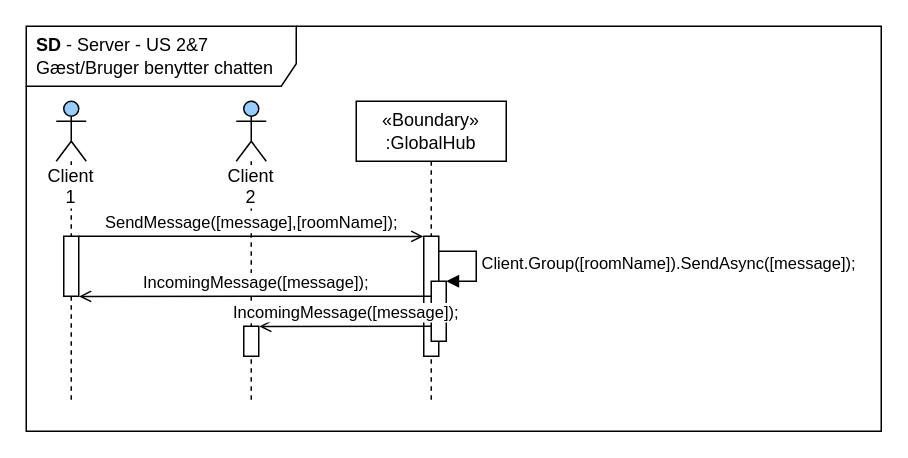
Above: page "SD-Server" (2 of 3) of diagrams/arkitektur/US2&7_chat.drawio in Macradon/I7BAC-PlugNPlay (draw.io), before the change. Source tidied: cells renumbered, new cells numbered last; positions are measured from the earlier drawing's top-left corner, leaving out a move shared by most shapes. Both pictures are drawn from the tidied source at 150%, with x=0, y=0 at pixel (26, 26).
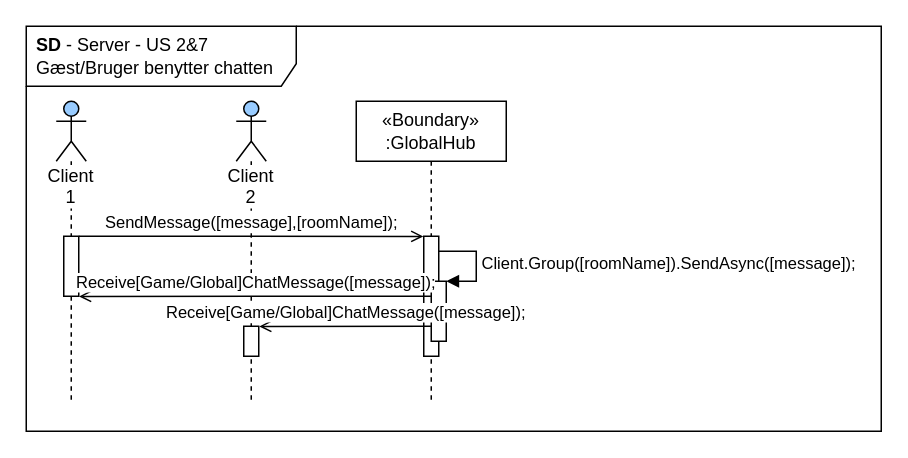
Above is the later version.

Diff of the diagram source:
```diff
@@
 <mxGraphModel>
   <root>
     <mxCell id="0" />
     <mxCell id="1" parent="0" />
     <mxCell id="2" value="&lt;b&gt;SD&lt;/b&gt;&amp;nbsp;- Server&amp;nbsp;- US 2&amp;amp;7&lt;br&gt;Gæst/Bruger benytter chatten" style="shape=umlFrame;whiteSpace=wrap;html=1;width=180;height=40;boundedLbl=1;verticalAlign=middle;align=left;spacingLeft=5;" parent="1" vertex="1">
       <mxGeometry width="570" height="270" as="geometry" />
     </mxCell>
     <mxCell id="3" value="Client 1" style="shape=umlLifeline;participant=umlActor;perimeter=lifelinePerimeter;whiteSpace=wrap;html=1;verticalAlign=top;spacingTop=36;labelBackgroundColor=#ffffff;fillColor=#99CCFF;" parent="1" vertex="1">
       <mxGeometry x="20" y="50" width="20" height="200" as="geometry" />
     </mxCell>
     <mxCell id="4" value="&lt;font style=&quot;font-size: 12px&quot;&gt;«Boundary»&lt;br&gt;:GlobalHub&lt;br&gt;&lt;/font&gt;" style="shape=umlLifeline;perimeter=lifelinePerimeter;whiteSpace=wrap;html=1;labelBackgroundColor=#ffffff;" parent="1" vertex="1">
       <mxGeometry x="220" y="50" width="100" height="200" as="geometry" />
     </mxCell>
     <mxCell id="5" value="Client.Group([roomName]).SendAsync([message]);" style="edgeStyle=orthogonalEdgeStyle;html=1;align=left;spacingLeft=2;endArrow=block;rounded=0;entryX=1;entryY=0;" parent="1" edge="1" target="8">
       <mxGeometry relative="1" as="geometry">
         <mxPoint x="275" y="150" as="sourcePoint" />
         <Array as="points">
           <mxPoint x="300" y="150" />
         </Array>
       </mxGeometry>
     </mxCell>
     <mxCell id="6" style="html=1;perimeter=orthogonalPerimeter;labelBackgroundColor=#ffffff;" parent="1" vertex="1">
       <mxGeometry x="25" y="140" width="10" height="40" as="geometry" />
     </mxCell>
     <mxCell id="7" style="html=1;perimeter=orthogonalPerimeter;labelBackgroundColor=#ffffff;" parent="1" vertex="1">
       <mxGeometry x="265" y="140" width="10" height="80" as="geometry" />
     </mxCell>
     <mxCell id="8" style="html=1;points=[];perimeter=orthogonalPerimeter;labelBackgroundColor=#ffffff;" parent="1" vertex="1">
       <mxGeometry x="270" y="170" width="10" height="40" as="geometry" />
     </mxCell>
     <mxCell id="9" value="Client 2&lt;br&gt;" style="shape=umlLifeline;participant=umlActor;perimeter=lifelinePerimeter;whiteSpace=wrap;html=1;verticalAlign=top;spacingTop=36;labelBackgroundColor=#ffffff;fillColor=#99CCFF;" parent="1" vertex="1">
       <mxGeometry x="140" y="50" width="20" height="200" as="geometry" />
     </mxCell>
     <mxCell id="10" value="SendMessage([message],[roomName]);" style="html=1;verticalAlign=bottom;endArrow=open;endFill=0;entryX=-0.025;entryY=0.004;entryDx=0;entryDy=0;entryPerimeter=0;" parent="1" edge="1">
       <mxGeometry relative="1" as="geometry">
         <mxPoint x="35" y="140" as="sourcePoint" />
         <mxPoint x="264.7" y="140.1" as="targetPoint" />
       </mxGeometry>
     </mxCell>
     <mxCell id="11" style="html=1;points=[];perimeter=orthogonalPerimeter;labelBackgroundColor=#ffffff;" parent="1" vertex="1">
       <mxGeometry x="145" y="200" width="10" height="20" as="geometry" />
     </mxCell>
-    <mxCell id="12" value="IncomingMessage([message]);" style="html=1;verticalAlign=bottom;endArrow=open;endFill=0;align=center;entryX=1.023;entryY=1.002;entryDx=0;entryDy=0;entryPerimeter=0;" parent="1" edge="1">
+    <mxCell id="12" value="Receive[Game/Global]ChatMessage([message]);" style="html=1;verticalAlign=bottom;endArrow=open;endFill=0;align=center;entryX=1.023;entryY=1.002;entryDx=0;entryDy=0;entryPerimeter=0;" parent="1" edge="1">
       <mxGeometry relative="1" as="geometry">
         <mxPoint x="270" y="180" as="sourcePoint" />
         <mxPoint x="35.2" y="180.1" as="targetPoint" />
       </mxGeometry>
     </mxCell>
-    <mxCell id="13" value="IncomingMessage([message]);" style="html=1;verticalAlign=bottom;endArrow=open;endFill=0;align=center;entryX=1.033;entryY=0.006;entryDx=0;entryDy=0;entryPerimeter=0;" parent="1" edge="1" target="11">
+    <mxCell id="13" value="Receive[Game/Global]ChatMessage([message]);" style="html=1;verticalAlign=bottom;endArrow=open;endFill=0;align=center;entryX=1.033;entryY=0.006;entryDx=0;entryDy=0;entryPerimeter=0;" parent="1" edge="1" target="11">
       <mxGeometry relative="1" as="geometry">
         <mxPoint x="270" y="200" as="sourcePoint" />
       </mxGeometry>
     </mxCell>
   </root>
 </mxGraphModel>
```
